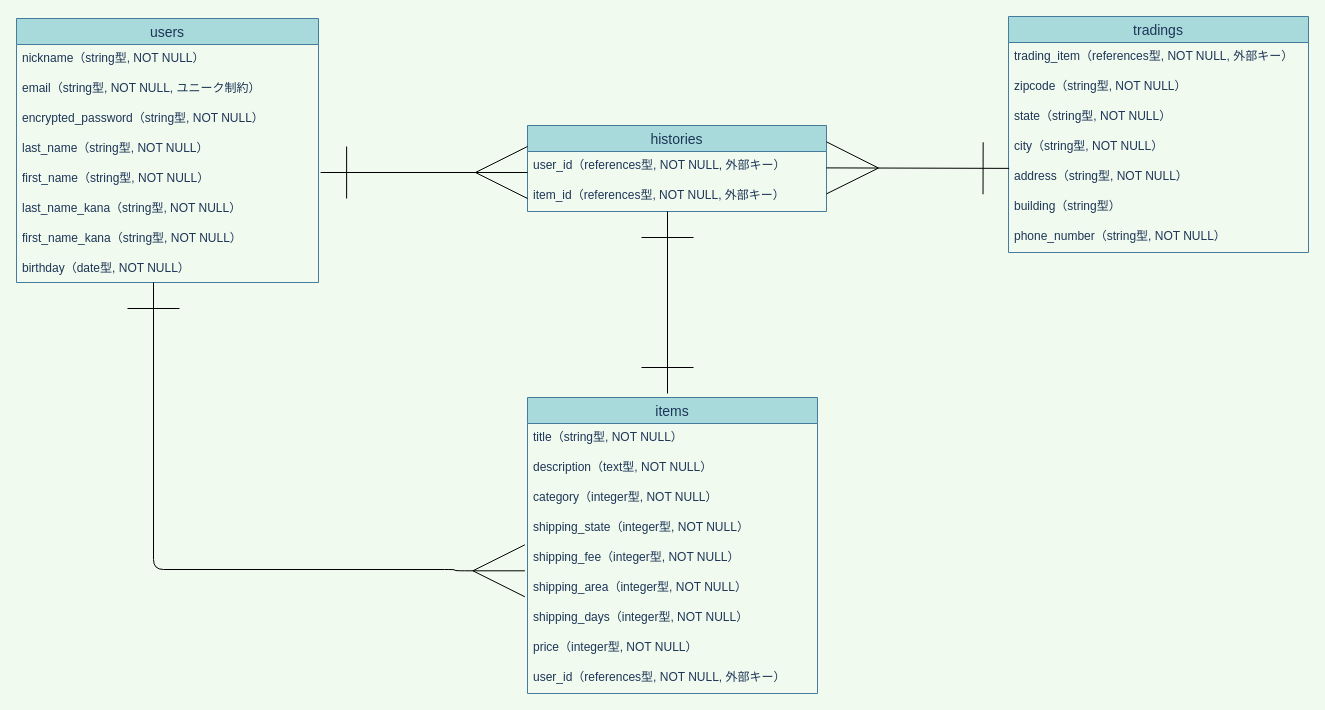
This is config/ER.dio from fe3524/furima-36476, a draw.io file, before an edit. Source tidied: cells renumbered, new cells numbered last; positions are measured from the earlier drawing's top-left corner, leaving out a move shared by most shapes. Both pictures are drawn from the tidied source at 100%, with x=0, y=0 at pixel (16, 16).
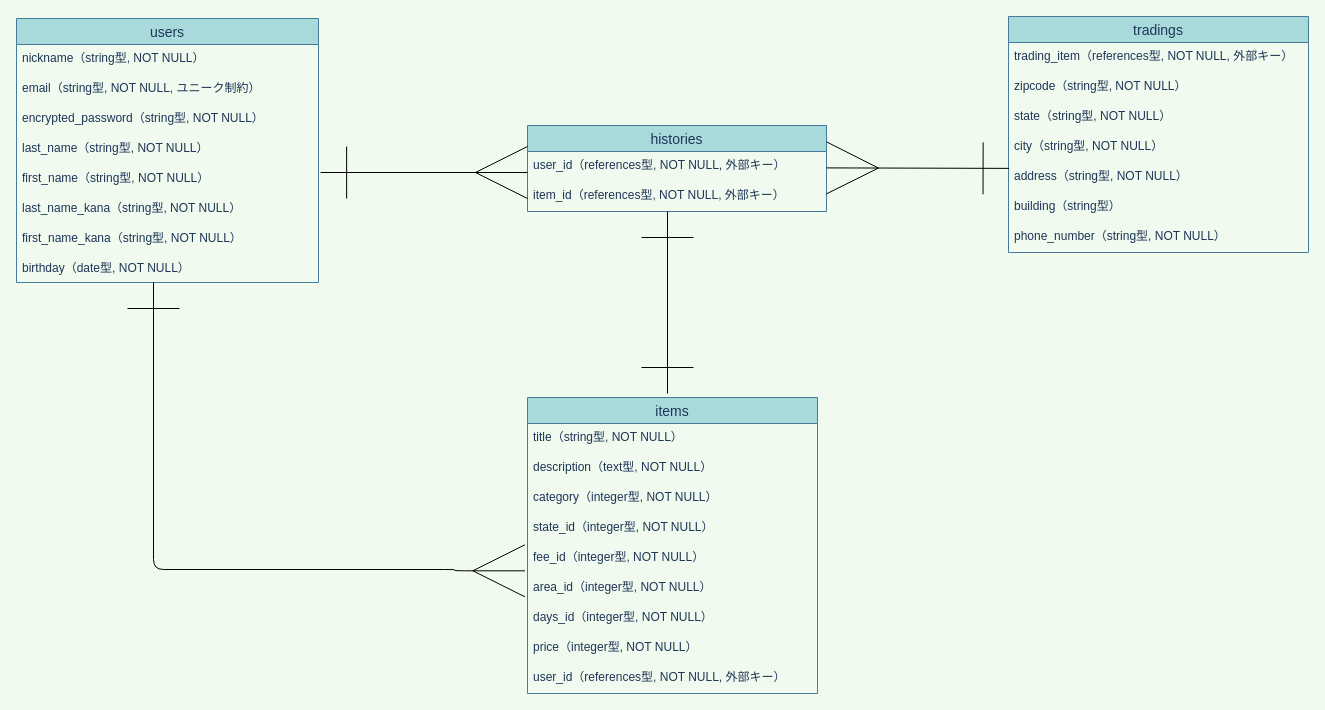
After the change.

Commit message (it also covers changes not shown here):
ER図／READMEの修正②

The change refers to these unchanged cells:
```xml
<mxCell id="11" value="items" style="swimlane;fontStyle=0;horizontal=1;startSize=26;align=center;fontSize=14;rounded=0;sketch=0;fillColor=#A8DADC;strokeColor=#457B9D;fontColor=#1D3557;" parent="1" vertex="1">
  <mxGeometry x="511" y="381" width="290" height="296" as="geometry" />
</mxCell>
```

The edit, as a diff of the source:
```diff
@@
-    <mxCell id="15" value="shipping_state（integer型, NOT NULL）" style="text;strokeColor=none;fillColor=none;spacingLeft=4;spacingRight=4;overflow=hidden;fontSize=12;fontColor=#1D3557;" parent="11" vertex="1">
+    <mxCell id="15" value="state_id（integer型, NOT NULL）" style="text;strokeColor=none;fillColor=none;spacingLeft=4;spacingRight=4;overflow=hidden;fontSize=12;fontColor=#1D3557;" parent="11" vertex="1">
       <mxGeometry y="116" width="290" height="30" as="geometry" />
     </mxCell>
-    <mxCell id="16" value="shipping_fee（integer型, NOT NULL）" style="text;strokeColor=none;fillColor=none;spacingLeft=4;spacingRight=4;overflow=hidden;fontSize=12;fontColor=#1D3557;" parent="11" vertex="1">
+    <mxCell id="16" value="fee_id（integer型, NOT NULL）" style="text;strokeColor=none;fillColor=none;spacingLeft=4;spacingRight=4;overflow=hidden;fontSize=12;fontColor=#1D3557;" parent="11" vertex="1">
       <mxGeometry y="146" width="290" height="30" as="geometry" />
     </mxCell>
-    <mxCell id="17" value="shipping_area（integer型, NOT NULL）" style="text;strokeColor=none;fillColor=none;spacingLeft=4;spacingRight=4;overflow=hidden;points=[[0,0.5],[1,0.5]];portConstraint=eastwest;fontSize=12;fontColor=#1D3557;" parent="11" vertex="1">
+    <mxCell id="17" value="area_id（integer型, NOT NULL）" style="text;strokeColor=none;fillColor=none;spacingLeft=4;spacingRight=4;overflow=hidden;points=[[0,0.5],[1,0.5]];portConstraint=eastwest;fontSize=12;fontColor=#1D3557;" parent="11" vertex="1">
       <mxGeometry y="176" width="290" height="30" as="geometry" />
     </mxCell>
-    <mxCell id="18" value="shipping_days（integer型, NOT NULL）" style="text;strokeColor=none;fillColor=none;spacingLeft=4;spacingRight=4;overflow=hidden;fontSize=12;fontColor=#1D3557;" parent="11" vertex="1">
+    <mxCell id="18" value="days_id（integer型, NOT NULL）" style="text;strokeColor=none;fillColor=none;spacingLeft=4;spacingRight=4;overflow=hidden;fontSize=12;fontColor=#1D3557;" parent="11" vertex="1">
       <mxGeometry y="206" width="290" height="30" as="geometry" />
     </mxCell>
```
